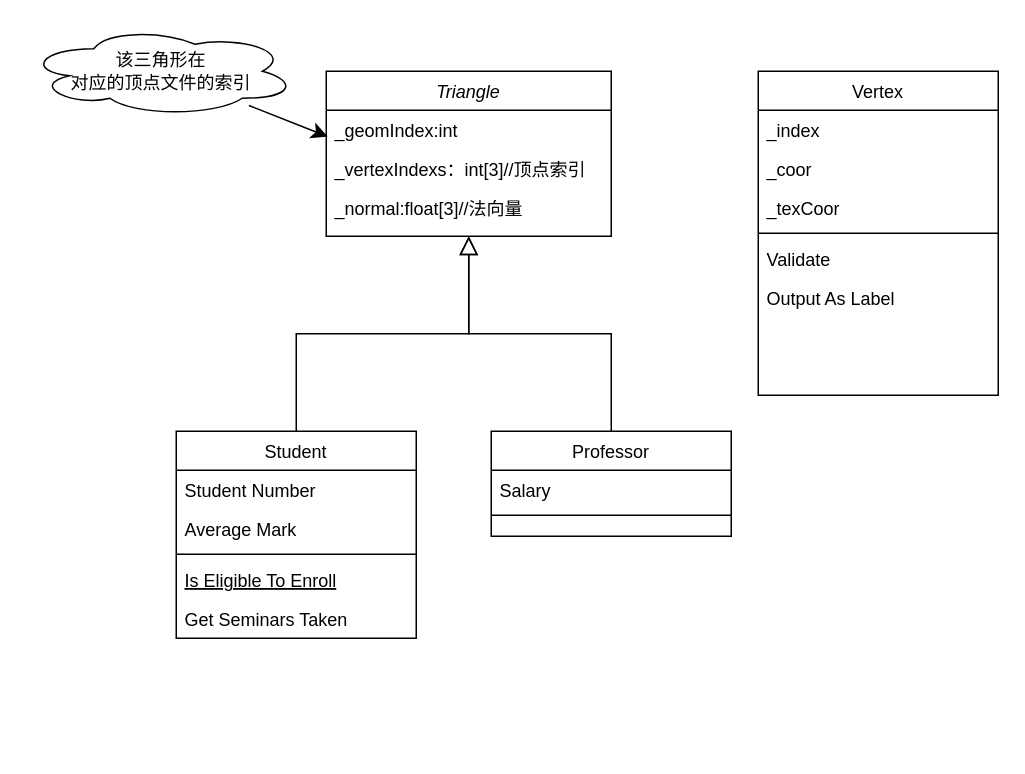
Above: CSF4_Tri.drawio in liujing-maker/IDEA (draw.io), before the change. Source tidied: cells renumbered, new cells numbered last; positions are measured from the earlier drawing's top-left corner, leaving out a move shared by most shapes. Both pictures are drawn from the tidied source at 150%, with x=0, y=0 at pixel (26, 26).
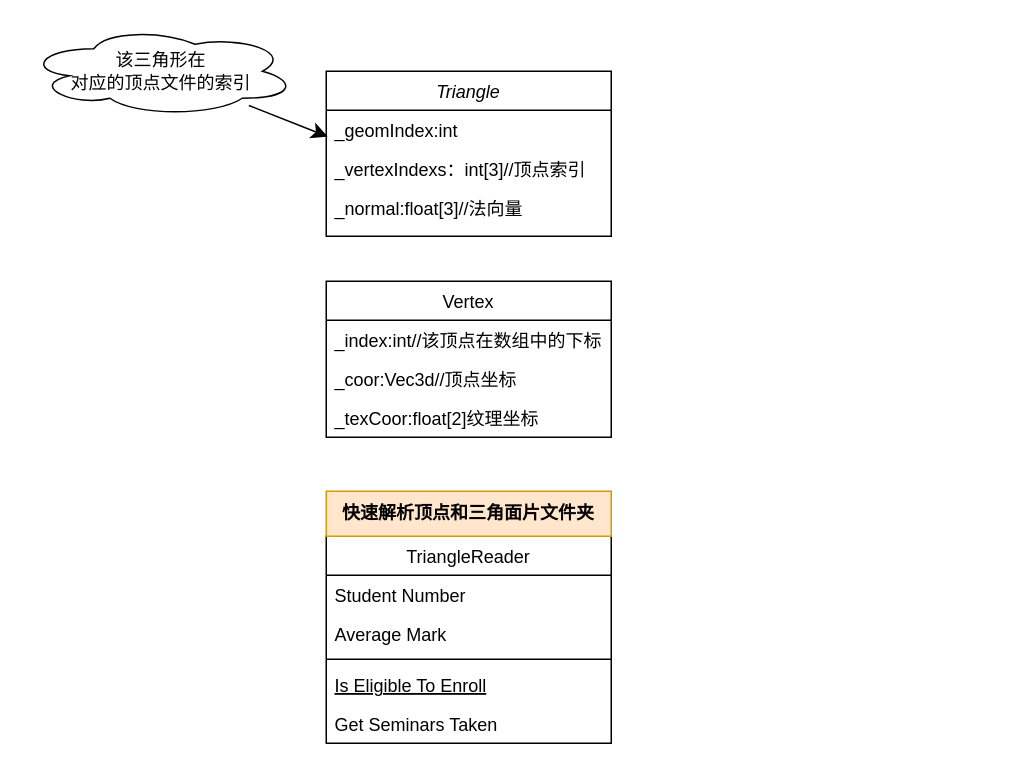
Above is the later version.

The change refers to these unchanged cells:
```xml
<mxCell id="2" value="Triangle" style="swimlane;fontStyle=2;align=center;verticalAlign=top;horizontal=1;startSize=26;rounded=0;shadow=0;strokeWidth=1;" parent="1" vertex="1">
  <mxGeometry x="200" y="30" width="190" height="110" as="geometry" />
</mxCell>
```

What changed in the source:
```diff
@@
-    <mxCell id="6" value="Student" style="swimlane;fontStyle=0;align=center;verticalAlign=top;horizontal=1;startSize=26;rounded=0;shadow=0;strokeWidth=1;" parent="1" vertex="1">
-      <mxGeometry x="100" y="270" width="160" height="138" as="geometry" />
+    <mxCell id="6" value="TriangleReader" style="swimlane;fontStyle=0;align=center;verticalAlign=top;horizontal=1;startSize=26;rounded=0;shadow=0;strokeWidth=1;" parent="1" vertex="1">
+      <mxGeometry x="200" y="340" width="190" height="138" as="geometry" />
     </mxCell>
     <mxCell id="7" value="Student Number" style="text;align=left;verticalAlign=top;spacingLeft=4;spacingRight=4;overflow=hidden;" parent="6" vertex="1">
-      <mxGeometry y="26" width="160" height="26" as="geometry" />
+      <mxGeometry y="26" width="190" height="26" as="geometry" />
     </mxCell>
     <mxCell id="8" value="Average Mark" style="text;align=left;verticalAlign=top;spacingLeft=4;spacingRight=4;overflow=hidden;rounded=0;shadow=0;html=0;" parent="6" vertex="1">
-      <mxGeometry y="52" width="160" height="26" as="geometry" />
+      <mxGeometry y="52" width="190" height="26" as="geometry" />
     </mxCell>
     <mxCell id="9" style="line;html=1;strokeWidth=1;align=left;verticalAlign=middle;spacingTop=-1;spacingLeft=3;spacingRight=3;labelPosition=right;" parent="6" vertex="1">
-      <mxGeometry y="78" width="160" height="8" as="geometry" />
+      <mxGeometry y="78" width="190" height="8" as="geometry" />
     </mxCell>
     <mxCell id="10" value="Is Eligible To Enroll" style="text;align=left;verticalAlign=top;spacingLeft=4;spacingRight=4;overflow=hidden;fontStyle=4;" parent="6" vertex="1">
-      <mxGeometry y="86" width="160" height="26" as="geometry" />
+      <mxGeometry y="86" width="190" height="26" as="geometry" />
     </mxCell>
     <mxCell id="11" value="Get Seminars Taken" style="text;align=left;verticalAlign=top;spacingLeft=4;spacingRight=4;overflow=hidden;" parent="6" vertex="1">
-      <mxGeometry y="112" width="160" height="26" as="geometry" />
+      <mxGeometry y="112" width="190" height="26" as="geometry" />
     </mxCell>
-    <mxCell id="12" style="endArrow=block;endSize=10;endFill=0;shadow=0;strokeWidth=1;rounded=0;curved=0;edgeStyle=elbowEdgeStyle;elbow=vertical;" parent="1" edge="1" source="6" target="2">
-      <mxGeometry relative="1" as="geometry" />
-    </mxCell>
-    <mxCell id="13" value="Professor" style="swimlane;fontStyle=0;align=center;verticalAlign=top;horizontal=1;startSize=26;rounded=0;shadow=0;strokeWidth=1;" parent="1" vertex="1">
-      <mxGeometry x="310" y="270" width="160" height="70" as="geometry" />
-    </mxCell>
-    <mxCell id="14" value="Salary" style="text;align=left;verticalAlign=top;spacingLeft=4;spacingRight=4;overflow=hidden;" parent="13" vertex="1">
-      <mxGeometry y="26" width="160" height="26" as="geometry" />
-    </mxCell>
-    <mxCell id="15" style="line;html=1;strokeWidth=1;align=left;verticalAlign=middle;spacingTop=-1;spacingLeft=3;spacingRight=3;labelPosition=right;" parent="13" vertex="1">
-      <mxGeometry y="52" width="160" height="8" as="geometry" />
-    </mxCell>
-    <mxCell id="16" style="endArrow=block;endSize=10;endFill=0;shadow=0;strokeWidth=1;rounded=0;curved=0;edgeStyle=elbowEdgeStyle;elbow=vertical;" parent="1" edge="1" source="13" target="2">
-      <mxGeometry relative="1" as="geometry" />
-    </mxCell>
     <mxCell id="17" value="Vertex" style="swimlane;fontStyle=0;align=center;verticalAlign=top;horizontal=1;startSize=26;rounded=0;shadow=0;strokeWidth=1;" parent="1" vertex="1">
-      <mxGeometry x="488" y="30" width="160" height="216" as="geometry" />
+      <mxGeometry x="200" y="170" width="190" height="104" as="geometry" />
     </mxCell>
-    <mxCell id="18" value="_index" style="text;align=left;verticalAlign=top;spacingLeft=4;spacingRight=4;overflow=hidden;" parent="17" vertex="1">
-      <mxGeometry y="26" width="160" height="26" as="geometry" />
+    <mxCell id="18" value="_index:int//该顶点在数组中的下标" style="text;align=left;verticalAlign=top;spacingLeft=4;spacingRight=4;overflow=hidden;" parent="17" vertex="1">
+      <mxGeometry y="26" width="190" height="26" as="geometry" />
     </mxCell>
-    <mxCell id="19" value="_coor" style="text;align=left;verticalAlign=top;spacingLeft=4;spacingRight=4;overflow=hidden;rounded=0;shadow=0;html=0;" parent="17" vertex="1">
-      <mxGeometry y="52" width="160" height="26" as="geometry" />
+    <mxCell id="19" value="_coor:Vec3d//顶点坐标" style="text;align=left;verticalAlign=top;spacingLeft=4;spacingRight=4;overflow=hidden;rounded=0;shadow=0;html=0;" parent="17" vertex="1">
+      <mxGeometry y="52" width="190" height="26" as="geometry" />
     </mxCell>
-    <mxCell id="20" value="_texCoor" style="text;align=left;verticalAlign=top;spacingLeft=4;spacingRight=4;overflow=hidden;rounded=0;shadow=0;html=0;" parent="17" vertex="1">
-      <mxGeometry y="78" width="160" height="26" as="geometry" />
+    <mxCell id="20" value="_texCoor:float[2]纹理坐标" style="text;align=left;verticalAlign=top;spacingLeft=4;spacingRight=4;overflow=hidden;rounded=0;shadow=0;html=0;" parent="17" vertex="1">
+      <mxGeometry y="78" width="190" height="26" as="geometry" />
     </mxCell>
-    <mxCell id="21" style="line;html=1;strokeWidth=1;align=left;verticalAlign=middle;spacingTop=-1;spacingLeft=3;spacingRight=3;labelPosition=right;" parent="17" vertex="1">
-      <mxGeometry y="104" width="160" height="8" as="geometry" />
-    </mxCell>
-    <mxCell id="22" value="Validate" style="text;align=left;verticalAlign=top;spacingLeft=4;spacingRight=4;overflow=hidden;" parent="17" vertex="1">
-      <mxGeometry y="112" width="160" height="26" as="geometry" />
-    </mxCell>
-    <mxCell id="23" value="Output As Label" style="text;align=left;verticalAlign=top;spacingLeft=4;spacingRight=4;overflow=hidden;" parent="17" vertex="1">
-      <mxGeometry y="138" width="160" height="26" as="geometry" />
-    </mxCell>
@@
+    <mxCell id="26" value="&lt;b&gt;快速解析顶点和三角面片文件夹&lt;/b&gt;" style="shape=tape;whiteSpace=wrap;html=1;size=0;fillColor=#ffe6cc;strokeColor=#d79b00;" parent="1" vertex="1">
+      <mxGeometry x="200" y="310" width="190" height="30" as="geometry" />
+    </mxCell>
```
